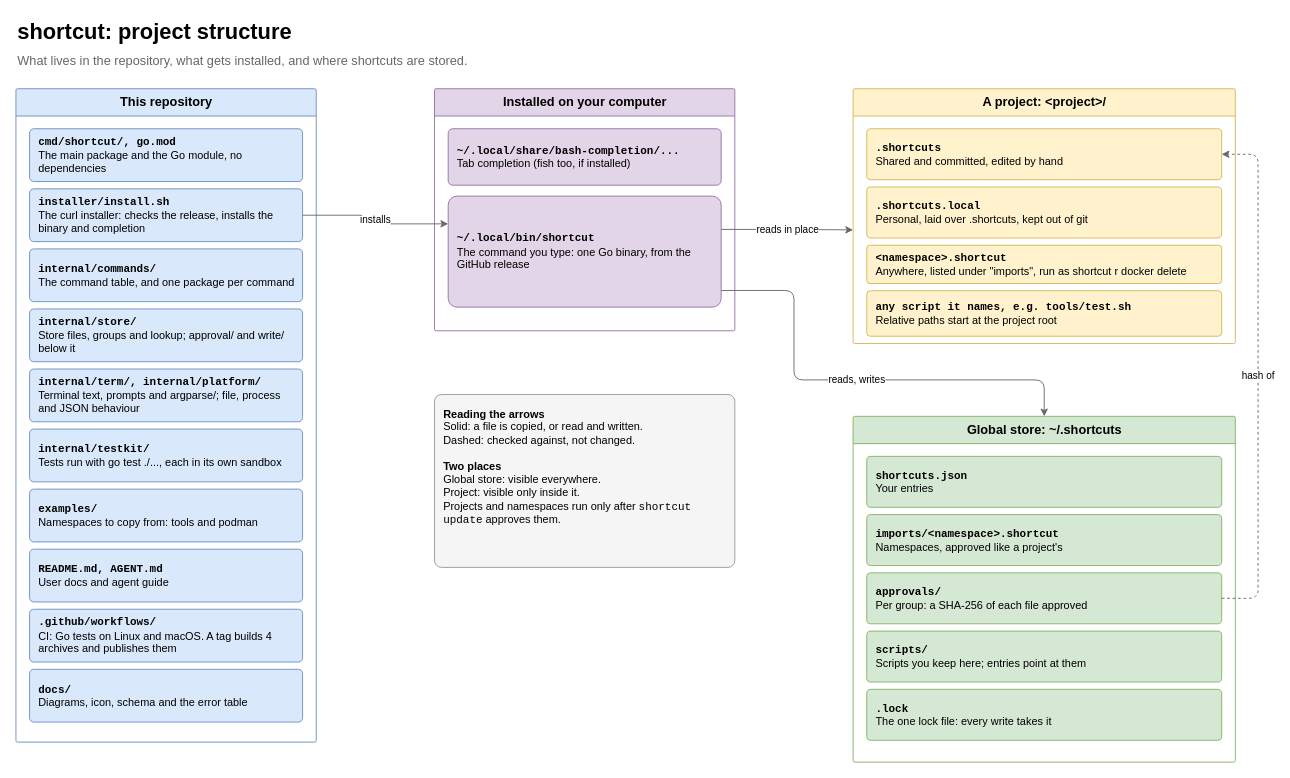
The draw.io diagram page "1 Structure" (1 of 5) of docs/shortcut-overview.drawio in StanLukuvka/Shortcut, before the edit. Source tidied: cells renumbered, new cells numbered last; positions are measured from the earlier drawing's top-left corner, leaving out a move shared by most shapes. Both pictures are drawn from the tidied source at 91%, with x=0, y=0 at pixel (15, 15).
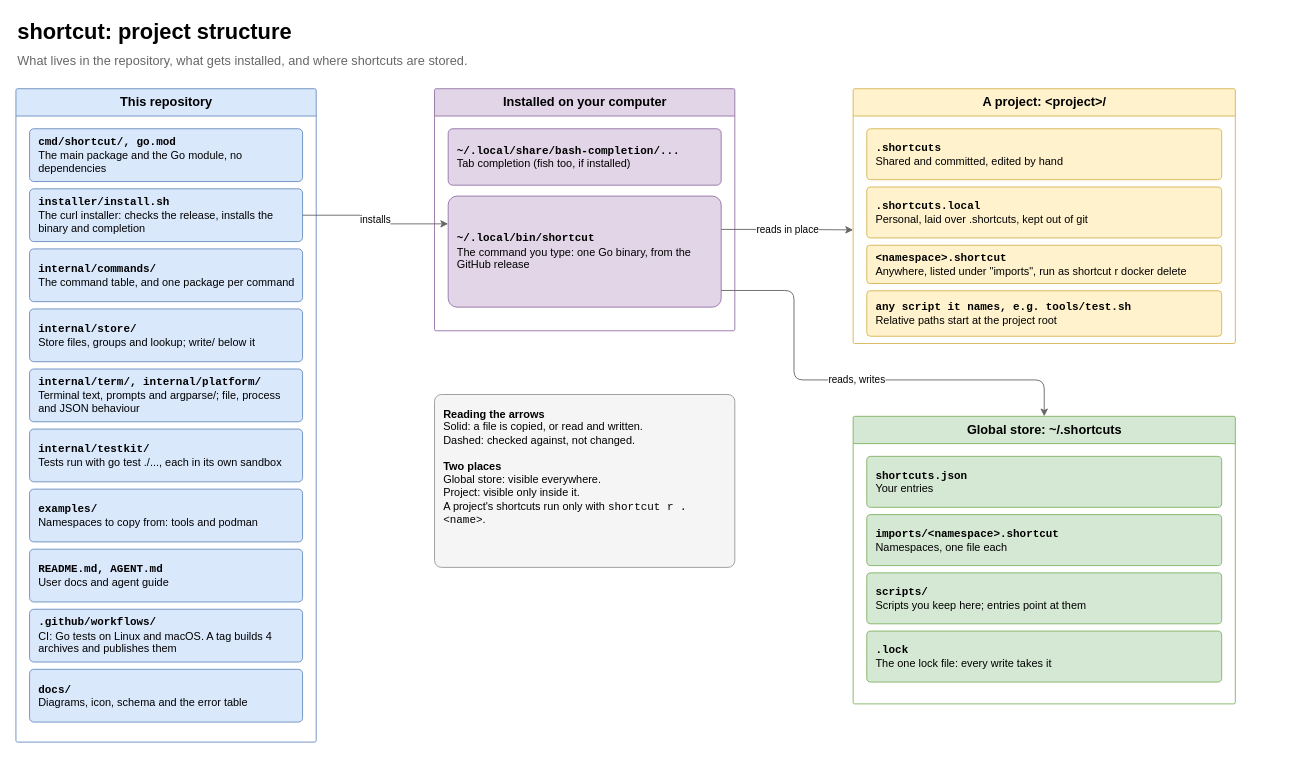
The same page after the edit.

The change refers to these unchanged cells:
```xml
<mxCell id="4" value="&lt;b&gt;This repository&lt;/b&gt;" style="swimlane;startSize=30;html=1;rounded=1;arcSize=2;fontSize=14;fillColor=#dae8fc;strokeColor=#6c8ebf;swimlaneFillColor=none;" parent="1" vertex="1">
  <mxGeometry y="80" width="330" height="718" as="geometry" />
</mxCell>
<mxCell id="19" value="&lt;b&gt;&lt;font face=&quot;monospace&quot;&gt;.shortcuts&lt;/font&gt;&lt;/b&gt;&lt;br&gt;Shared and committed, edited by hand" style="rounded=1;whiteSpace=wrap;html=1;arcSize=8;fillColor=#fff2cc;strokeColor=#d6b656;fontSize=12;align=left;spacingLeft=8;spacingRight=6;" parent="18" vertex="1">
  <mxGeometry x="15" y="44" width="390" height="56" as="geometry" />
</mxCell>
```

The edit, as a diff of the source:
```diff
@@
-    <mxCell id="8" value="&lt;b&gt;&lt;font face=&quot;monospace&quot;&gt;internal/store/&lt;/font&gt;&lt;/b&gt;&lt;br&gt;Store files, groups and lookup; approval/ and write/ below it" style="rounded=1;whiteSpace=wrap;html=1;arcSize=8;fillColor=#dae8fc;strokeColor=#6c8ebf;fontSize=12;align=left;spacingLeft=8;spacingRight=6;" parent="4" vertex="1">
+    <mxCell id="8" value="&lt;b&gt;&lt;font face=&quot;monospace&quot;&gt;internal/store/&lt;/font&gt;&lt;/b&gt;&lt;br&gt;Store files, groups and lookup; write/ below it" style="rounded=1;whiteSpace=wrap;html=1;arcSize=8;fillColor=#dae8fc;strokeColor=#6c8ebf;fontSize=12;align=left;spacingLeft=8;spacingRight=6;" parent="4" vertex="1">
       <mxGeometry x="15" y="242" width="300" height="58" as="geometry" />
     </mxCell>
@@
     <mxCell id="23" value="&lt;b&gt;Global store: ~/.shortcuts&lt;/b&gt;" style="swimlane;startSize=30;html=1;rounded=1;arcSize=2;fontSize=14;fillColor=#d5e8d4;strokeColor=#82b366;swimlaneFillColor=none;" parent="1" vertex="1">
-      <mxGeometry x="920" y="440" width="420" height="380" as="geometry" />
+      <mxGeometry x="920" y="440" width="420" height="316" as="geometry" />
     </mxCell>
@@
-    <mxCell id="25" value="&lt;b&gt;&lt;font face=&quot;monospace&quot;&gt;imports/&amp;lt;namespace&amp;gt;.shortcut&lt;/font&gt;&lt;/b&gt;&lt;br&gt;Namespaces, approved like a project's" style="rounded=1;whiteSpace=wrap;html=1;arcSize=8;fillColor=#d5e8d4;strokeColor=#82b366;fontSize=12;align=left;spacingLeft=8;spacingRight=6;" parent="23" vertex="1">
+    <mxCell id="25" value="&lt;b&gt;&lt;font face=&quot;monospace&quot;&gt;imports/&amp;lt;namespace&amp;gt;.shortcut&lt;/font&gt;&lt;/b&gt;&lt;br&gt;Namespaces, one file each" style="rounded=1;whiteSpace=wrap;html=1;arcSize=8;fillColor=#d5e8d4;strokeColor=#82b366;fontSize=12;align=left;spacingLeft=8;spacingRight=6;" parent="23" vertex="1">
       <mxGeometry x="15" y="108" width="390" height="56" as="geometry" />
     </mxCell>
-    <mxCell id="26" value="&lt;b&gt;&lt;font face=&quot;monospace&quot;&gt;approvals/&lt;/font&gt;&lt;/b&gt;&lt;br&gt;Per group: a SHA-256 of each file approved" style="rounded=1;whiteSpace=wrap;html=1;arcSize=8;fillColor=#d5e8d4;strokeColor=#82b366;fontSize=12;align=left;spacingLeft=8;spacingRight=6;" parent="23" vertex="1">
-      <mxGeometry x="15" y="172" width="390" height="56" as="geometry" />
-    </mxCell>
     <mxCell id="27" value="&lt;b&gt;&lt;font face=&quot;monospace&quot;&gt;scripts/&lt;/font&gt;&lt;/b&gt;&lt;br&gt;Scripts you keep here; entries point at them" style="rounded=1;whiteSpace=wrap;html=1;arcSize=8;fillColor=#d5e8d4;strokeColor=#82b366;fontSize=12;align=left;spacingLeft=8;spacingRight=6;" parent="23" vertex="1">
-      <mxGeometry x="15" y="236" width="390" height="56" as="geometry" />
+      <mxGeometry x="15" y="172" width="390" height="56" as="geometry" />
     </mxCell>
     <mxCell id="28" value="&lt;b&gt;&lt;font face=&quot;monospace&quot;&gt;.lock&lt;/font&gt;&lt;/b&gt;&lt;br&gt;The one lock file: every write takes it" style="rounded=1;whiteSpace=wrap;html=1;arcSize=8;fillColor=#d5e8d4;strokeColor=#82b366;fontSize=12;align=left;spacingLeft=8;spacingRight=6;" parent="23" vertex="1">
-      <mxGeometry x="15" y="300" width="390" height="56" as="geometry" />
+      <mxGeometry x="15" y="236" width="390" height="56" as="geometry" />
     </mxCell>
-    <mxCell id="29" value="&lt;b&gt;Reading the arrows&lt;/b&gt;&lt;br&gt;Solid: a file is copied, or read and written.&lt;br&gt;Dashed: checked against, not changed.&lt;br&gt;&lt;br&gt;&lt;b&gt;Two places&lt;/b&gt;&lt;br&gt;Global store: visible everywhere.&lt;br&gt;Project: visible only inside it.&lt;br&gt;Projects and namespaces run only after &lt;font face=&quot;monospace&quot;&gt;shortcut update&lt;/font&gt; approves them." style="rounded=1;whiteSpace=wrap;html=1;arcSize=4;fillColor=#f5f5f5;strokeColor=#999999;fontSize=12;align=left;verticalAlign=top;spacing=10;" parent="1" vertex="1">
+    <mxCell id="29" value="&lt;b&gt;Reading the arrows&lt;/b&gt;&lt;br&gt;Solid: a file is copied, or read and written.&lt;br&gt;Dashed: checked against, not changed.&lt;br&gt;&lt;br&gt;&lt;b&gt;Two places&lt;/b&gt;&lt;br&gt;Global store: visible everywhere.&lt;br&gt;Project: visible only inside it.&lt;br&gt;A project's shortcuts run only with &lt;font face=&quot;monospace&quot;&gt;shortcut r . &amp;lt;name&amp;gt;&lt;/font&gt;." style="rounded=1;whiteSpace=wrap;html=1;arcSize=4;fillColor=#f5f5f5;strokeColor=#999999;fontSize=12;align=left;verticalAlign=top;spacing=10;" parent="1" vertex="1">
       <mxGeometry x="460" y="416" width="330" height="190" as="geometry" />
     </mxCell>
@@
-    <mxCell id="33" value="hash of" style="edgeStyle=orthogonalEdgeStyle;rounded=1;html=1;defaultLabelBackgroundColor=page;fontSize=11;endArrow=classic;strokeColor=#666666;dashed=1;exitX=1;exitY=0.5;exitDx=0;exitDy=0;entryX=1;entryY=0.5;entryDx=0;entryDy=0;" parent="1" edge="1" source="26" target="19">
-      <mxGeometry relative="1" as="geometry">
-        <Array as="points">
-          <mxPoint x="1365" y="640" />
-          <mxPoint x="1365" y="152" />
-        </Array>
-      </mxGeometry>
-    </mxCell>
```
